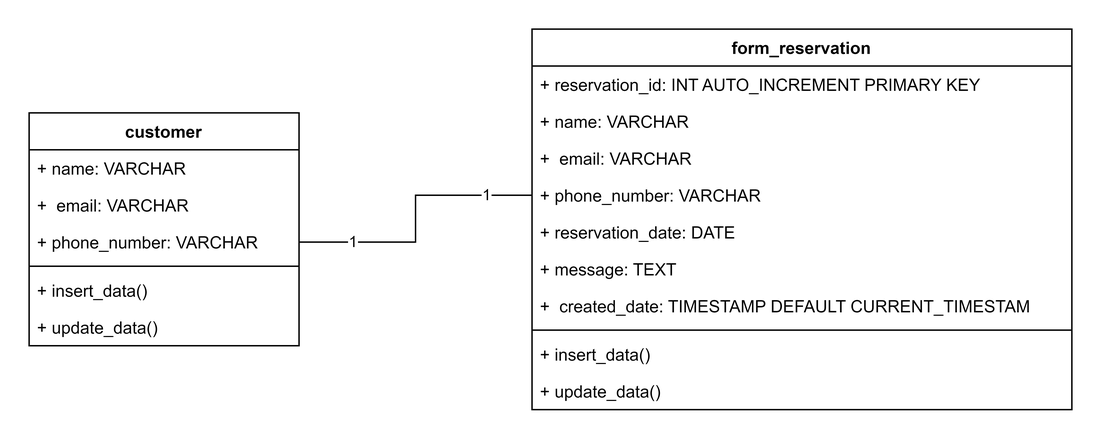
Above: System-Design/Class-Diagram.png in pebrieriawan/CoffeeGrammer (draw.io), before the change. Source tidied: cells renumbered, new cells last; positions are measured from the earlier drawing's top-left corner, leaving out a move shared by most shapes.
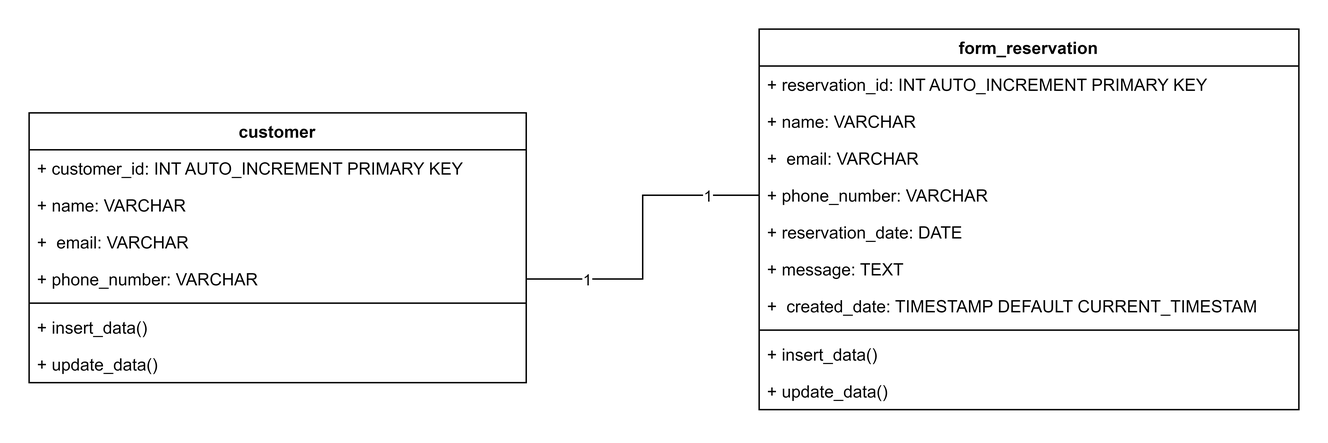
After the change.

Diff of the diagram source:
```diff
@@ -3,28 +3,31 @@
     <mxCell id="0" />
     <mxCell id="1" parent="0" />
     <mxCell id="2" value="customer" style="swimlane;fontStyle=1;align=center;verticalAlign=top;horizontal=1;startSize=26;whiteSpace=wrap;html=1;" parent="1" vertex="1">
-      <mxGeometry y="59" width="190" height="164" as="geometry" />
+      <mxGeometry x="-490" y="169" width="350" height="190" as="geometry" />
     </mxCell>
+    <mxCell id="23" value="+ customer_id: INT AUTO_INCREMENT PRIMARY KEY" style="text;strokeColor=none;fillColor=none;align=left;verticalAlign=top;spacingLeft=4;spacingRight=4;overflow=hidden;whiteSpace=wrap;html=1;" parent="2" vertex="1">
+      <mxGeometry y="26" width="350" height="26" as="geometry" />
+    </mxCell>
     <mxCell id="3" value="+&amp;nbsp;name: VARCHAR" style="text;strokeColor=none;fillColor=none;align=left;verticalAlign=top;spacingLeft=4;spacingRight=4;overflow=hidden;whiteSpace=wrap;html=1;" parent="2" vertex="1">
-      <mxGeometry y="26" width="190" height="26" as="geometry" />
+      <mxGeometry y="52" width="350" height="26" as="geometry" />
     </mxCell>
     <mxCell id="4" value="+&amp;nbsp;&amp;nbsp;email: VARCHAR" style="text;strokeColor=none;fillColor=none;align=left;verticalAlign=top;spacingLeft=4;spacingRight=4;overflow=hidden;whiteSpace=wrap;html=1;" parent="2" vertex="1">
-      <mxGeometry y="52" width="190" height="26" as="geometry" />
+      <mxGeometry y="78" width="350" height="26" as="geometry" />
     </mxCell>
     <mxCell id="5" value="+&amp;nbsp;phone_number: VARCHAR" style="text;strokeColor=none;fillColor=none;align=left;verticalAlign=top;spacingLeft=4;spacingRight=4;overflow=hidden;points=[[0,0.5],[1,0.5]];portConstraint=eastwest;whiteSpace=wrap;html=1;" parent="2" vertex="1">
-      <mxGeometry y="78" width="190" height="26" as="geometry" />
+      <mxGeometry y="104" width="350" height="26" as="geometry" />
     </mxCell>
     <mxCell id="6" style="line;strokeWidth=1;fillColor=none;align=left;verticalAlign=middle;spacingTop=-1;spacingLeft=3;spacingRight=3;labelPosition=right;strokeColor=inherit;" parent="2" vertex="1">
-      <mxGeometry y="104" width="190" height="8" as="geometry" />
+      <mxGeometry y="130" width="350" height="8" as="geometry" />
     </mxCell>
     <mxCell id="7" value="+ insert_data()" style="text;strokeColor=none;fillColor=none;align=left;verticalAlign=top;spacingLeft=4;spacingRight=4;overflow=hidden;whiteSpace=wrap;html=1;" parent="2" vertex="1">
-      <mxGeometry y="112" width="190" height="26" as="geometry" />
+      <mxGeometry y="138" width="350" height="26" as="geometry" />
     </mxCell>
     <mxCell id="8" value="+ update_data()" style="text;strokeColor=none;fillColor=none;align=left;verticalAlign=top;spacingLeft=4;spacingRight=4;overflow=hidden;whiteSpace=wrap;html=1;" parent="2" vertex="1">
-      <mxGeometry y="138" width="190" height="26" as="geometry" />
+      <mxGeometry y="164" width="350" height="26" as="geometry" />
     </mxCell>
     <mxCell id="9" value="form_reservation" style="swimlane;fontStyle=1;align=center;verticalAlign=top;horizontal=1;startSize=26;whiteSpace=wrap;html=1;" parent="1" vertex="1">
-      <mxGeometry x="354" width="380" height="268" as="geometry" />
+      <mxGeometry x="24" y="110" width="380" height="268" as="geometry" />
     </mxCell>
     <mxCell id="10" value="+&amp;nbsp;reservation_id: INT AUTO_INCREMENT PRIMARY KEY" style="text;strokeColor=none;fillColor=none;align=left;verticalAlign=top;spacingLeft=4;spacingRight=4;overflow=hidden;whiteSpace=wrap;html=1;" parent="9" vertex="1">
       <mxGeometry y="26" width="380" height="26" as="geometry" />
```
